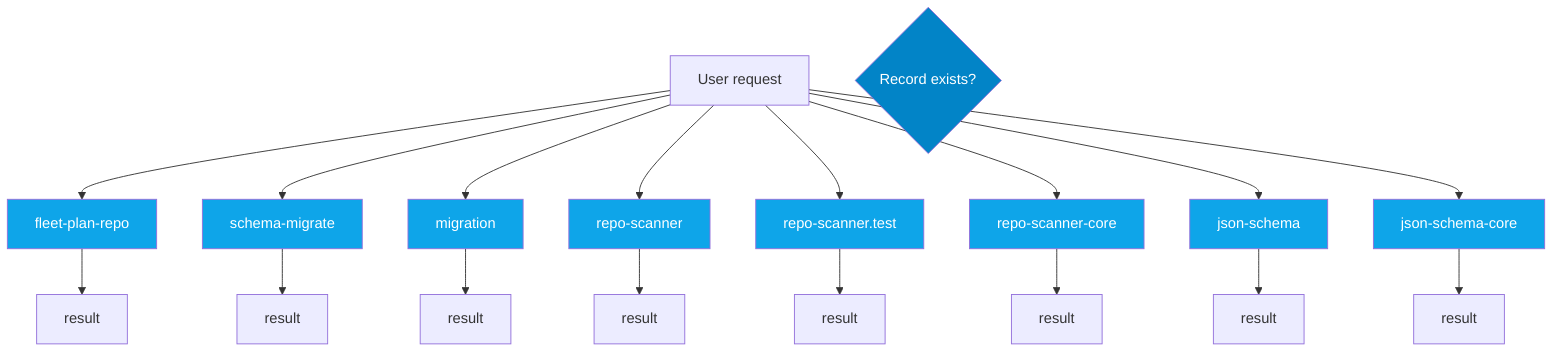
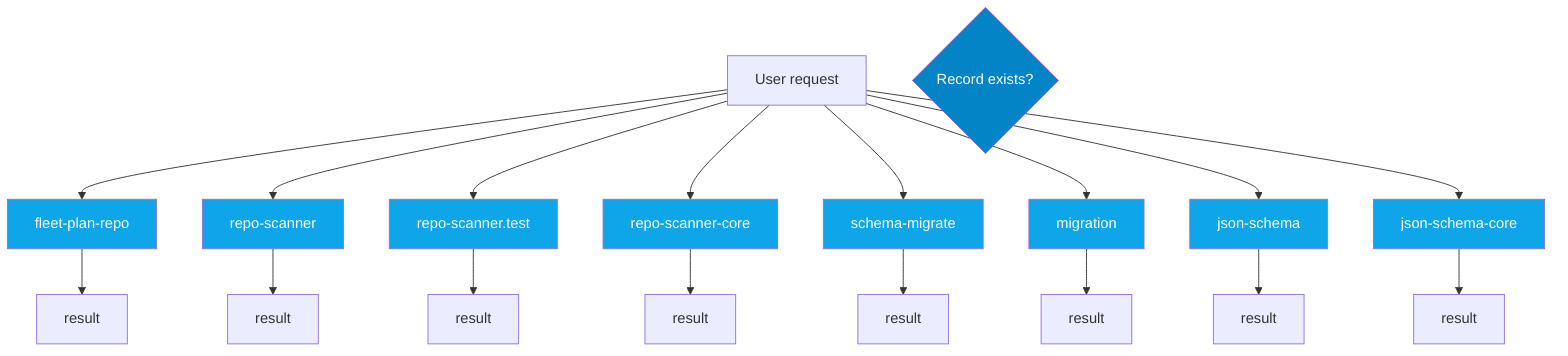
flowchart TD
  UserRequest["User request"]
  Decision{Record exists?}
  fleet_plan_repo_ecdc6499["fleet-plan-repo"]
  UserRequest --> fleet_plan_repo_ecdc6499
  fleet_plan_repo_ecdc6499 --> fleet_plan_repo_ecdc6499_result["result"]
-   schema_migrate_c0646635["schema-migrate"]
-   UserRequest --> schema_migrate_c0646635
-   schema_migrate_c0646635 --> schema_migrate_c0646635_result["result"]
-   migration_8a6cead4["migration"]
-   UserRequest --> migration_8a6cead4
-   migration_8a6cead4 --> migration_8a6cead4_result["result"]
  repo_scanner_a8b2579e["repo-scanner"]
  UserRequest --> repo_scanner_a8b2579e
  repo_scanner_a8b2579e --> repo_scanner_a8b2579e_result["result"]
  repo_scanner_test_cb7e9d00["repo-scanner.test"]
  UserRequest --> repo_scanner_test_cb7e9d00
  repo_scanner_test_cb7e9d00 --> repo_scanner_test_cb7e9d00_result["result"]
  repo_scanner_core_8e9f7646["repo-scanner-core"]
  UserRequest --> repo_scanner_core_8e9f7646
  repo_scanner_core_8e9f7646 --> repo_scanner_core_8e9f7646_result["result"]
+   schema_migrate_c0646635["schema-migrate"]
+   UserRequest --> schema_migrate_c0646635
+   schema_migrate_c0646635 --> schema_migrate_c0646635_result["result"]
+   migration_8a6cead4["migration"]
+   UserRequest --> migration_8a6cead4
+   migration_8a6cead4 --> migration_8a6cead4_result["result"]
  json_schema_74a768d7["json-schema"]
  UserRequest --> json_schema_74a768d7
  json_schema_74a768d7 --> json_schema_74a768d7_result["result"]
  json_schema_core_96d7e328["json-schema-core"]
  UserRequest --> json_schema_core_96d7e328
  json_schema_core_96d7e328 --> json_schema_core_96d7e328_result["result"]
  classDef dbNode fill:#0ea5e9,color:#fff
-   class fleet_plan_repo_ecdc6499,schema_migrate_c0646635,migration_8a6cead4,repo_scanner_a8b2579e,repo_scanner_test_cb7e9d00,repo_scanner_core_8e9f7646,json_schema_74a768d7,json_schema_core_96d7e328 dbNode
+   class fleet_plan_repo_ecdc6499,repo_scanner_a8b2579e,repo_scanner_test_cb7e9d00,repo_scanner_core_8e9f7646,schema_migrate_c0646635,migration_8a6cead4,json_schema_74a768d7,json_schema_core_96d7e328 dbNode
  classDef decisionNode fill:#0284c7,color:#fff
  class Decision decisionNode
